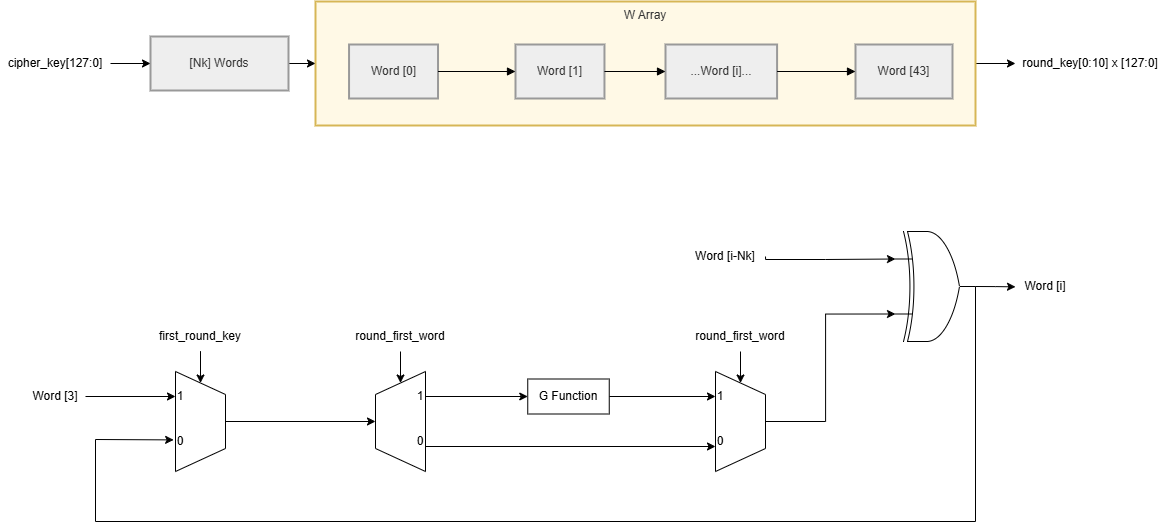
The draw.io diagram media/AESKeyExpansionLowDes.png in LQLManZz/AES128-Verilog, before a commit. Source tidied: cells renumbered, new cells last; positions are measured from the earlier drawing's top-left corner, leaving out a move shared by most shapes. Source of this version:
```xml
<mxGraphModel>
  <root>
    <mxCell id="0" />
    <mxCell id="1" parent="0" />
    <mxCell id="2" style="edgeStyle=orthogonalEdgeStyle;rounded=0;jettySize=auto;html=1;exitX=1;exitY=0.5;exitDx=0;exitDy=0;entryX=0;entryY=0.5;entryDx=0;entryDy=0;" parent="1" edge="1" source="3" target="44">
      <mxGeometry relative="1" as="geometry" />
    </mxCell>
    <mxCell id="3" value="W Array" style="whiteSpace=wrap;strokeWidth=2;verticalAlign=top;fillColor=#fff9e6;strokeColor=#d6b656;fontColor=light-dark(#333333,#cccccc);" parent="1" vertex="1">
      <mxGeometry x="315" width="660" height="124" as="geometry" />
    </mxCell>
    <mxCell id="4" value="Word [0]" style="whiteSpace=wrap;strokeWidth=2;fillColor=light-dark(#eeeeee,#1f2020);strokeColor=light-dark(#999999,#cccccc);fontColor=light-dark(#333333,#cccccc);" parent="3" vertex="1">
      <mxGeometry x="33.5" y="43" width="89" height="54" as="geometry" />
    </mxCell>
    <mxCell id="5" value="Word [1]" style="whiteSpace=wrap;strokeWidth=2;fillColor=light-dark(#eeeeee,#1f2020);strokeColor=light-dark(#999999,#cccccc);fontColor=light-dark(#333333,#cccccc);" parent="3" vertex="1">
      <mxGeometry x="200" y="43" width="89" height="54" as="geometry" />
    </mxCell>
    <mxCell id="6" value="...Word [i]..." style="whiteSpace=wrap;strokeWidth=2;fillColor=light-dark(#eeeeee,#1f2020);strokeColor=light-dark(#999999,#cccccc);fontColor=light-dark(#333333,#cccccc);" parent="3" vertex="1">
      <mxGeometry x="350" y="43" width="111.6" height="54" as="geometry" />
    </mxCell>
    <mxCell id="7" value="Word [43]" style="whiteSpace=wrap;strokeWidth=2;fillColor=light-dark(#eeeeee,#1f2020);strokeColor=light-dark(#999999,#cccccc);fontColor=light-dark(#333333,#cccccc);" parent="3" vertex="1">
      <mxGeometry x="540" y="43" width="97" height="54" as="geometry" />
    </mxCell>
    <mxCell id="8" style="curved=1;startArrow=none;endArrow=block;exitX=0.99;exitY=0.5;entryX=0;entryY=0.5;rounded=0;" parent="3" edge="1" source="4" target="5">
      <mxGeometry relative="1" as="geometry" />
    </mxCell>
    <mxCell id="9" style="curved=1;startArrow=none;endArrow=block;exitX=1;exitY=0.5;entryX=0;entryY=0.5;rounded=0;" parent="3" edge="1" source="5" target="6">
      <mxGeometry relative="1" as="geometry" />
    </mxCell>
    <mxCell id="10" style="curved=1;startArrow=none;endArrow=block;exitX=1;exitY=0.5;entryX=0;entryY=0.5;rounded=0;" parent="3" edge="1" source="6" target="7">
      <mxGeometry relative="1" as="geometry" />
    </mxCell>
    <mxCell id="11" style="edgeStyle=orthogonalEdgeStyle;rounded=0;jettySize=auto;html=1;exitX=1;exitY=0.5;exitDx=0;exitDy=0;entryX=0;entryY=0.5;entryDx=0;entryDy=0;" parent="1" edge="1" source="12" target="3">
      <mxGeometry relative="1" as="geometry" />
    </mxCell>
    <mxCell id="12" value="[Nk] Words" style="whiteSpace=wrap;strokeWidth=2;fillColor=light-dark(#eeeeee,#1f2020);strokeColor=light-dark(#999999,#cccccc);fontColor=light-dark(#333333,#cccccc);" parent="1" vertex="1">
      <mxGeometry x="150" y="35" width="138" height="54" as="geometry" />
    </mxCell>
    <mxCell id="13" style="edgeStyle=orthogonalEdgeStyle;rounded=0;jettySize=auto;html=1;exitX=0.5;exitY=0;exitDx=0;exitDy=0;entryX=0.5;entryY=0;entryDx=0;entryDy=0;" parent="1" edge="1" source="14" target="17">
      <mxGeometry relative="1" as="geometry" />
    </mxCell>
    <mxCell id="14" style="verticalLabelPosition=middle;verticalAlign=middle;html=1;shape=trapezoid;perimeter=trapezoidPerimeter;whiteSpace=wrap;size=0.23;arcSize=10;flipV=1;labelPosition=center;align=center;legacyAnchorPoints=0;rotation=-90;" parent="1" vertex="1">
      <mxGeometry x="150" y="395" width="100" height="50" as="geometry" />
    </mxCell>
    <mxCell id="15" style="edgeStyle=orthogonalEdgeStyle;rounded=0;jettySize=auto;html=1;exitX=0.75;exitY=1;exitDx=0;exitDy=0;entryX=0;entryY=0.5;entryDx=0;entryDy=0;" parent="1" edge="1" source="17" target="21">
      <mxGeometry relative="1" as="geometry" />
    </mxCell>
    <mxCell id="16" style="edgeStyle=orthogonalEdgeStyle;rounded=0;jettySize=auto;html=1;exitX=0.25;exitY=1;exitDx=0;exitDy=0;entryX=0.25;entryY=1;entryDx=0;entryDy=0;" parent="1" edge="1" source="17" target="22">
      <mxGeometry relative="1" as="geometry" />
    </mxCell>
    <mxCell id="17" style="verticalLabelPosition=middle;verticalAlign=middle;html=1;shape=trapezoid;perimeter=trapezoidPerimeter;whiteSpace=wrap;size=0.23;arcSize=10;flipV=0;labelPosition=center;align=center;legacyAnchorPoints=0;rotation=-90;" parent="1" vertex="1">
      <mxGeometry x="350" y="395" width="100" height="50" as="geometry" />
    </mxCell>
    <mxCell id="18" style="edgeStyle=orthogonalEdgeStyle;rounded=0;jettySize=auto;html=1;exitX=1;exitY=0.5;exitDx=0;exitDy=0;entryX=0.75;entryY=1;entryDx=0;entryDy=0;" parent="1" edge="1" source="19" target="14">
      <mxGeometry relative="1" as="geometry" />
    </mxCell>
    <mxCell id="19" value="Word [3]" style="text;html=1;whiteSpace=wrap;strokeColor=none;fillColor=none;align=center;verticalAlign=middle;rounded=0;" parent="1" vertex="1">
      <mxGeometry x="25" y="380" width="60" height="30" as="geometry" />
    </mxCell>
    <mxCell id="20" style="edgeStyle=orthogonalEdgeStyle;rounded=0;jettySize=auto;html=1;exitX=1;exitY=0.5;exitDx=0;exitDy=0;entryX=0.75;entryY=1;entryDx=0;entryDy=0;" parent="1" edge="1" source="21" target="22">
      <mxGeometry relative="1" as="geometry" />
    </mxCell>
    <mxCell id="21" value="G Function" style="whiteSpace=wrap;html=1;" parent="1" vertex="1">
      <mxGeometry x="527.2" y="377.5" width="81.5" height="35" as="geometry" />
    </mxCell>
    <mxCell id="22" style="verticalLabelPosition=middle;verticalAlign=middle;html=1;shape=trapezoid;perimeter=trapezoidPerimeter;whiteSpace=wrap;size=0.23;arcSize=10;flipV=1;labelPosition=center;align=center;legacyAnchorPoints=0;rotation=-90;" parent="1" vertex="1">
      <mxGeometry x="690" y="395" width="100" height="50" as="geometry" />
    </mxCell>
    <mxCell id="23" style="edgeStyle=orthogonalEdgeStyle;rounded=0;jettySize=auto;html=1;exitX=1;exitY=0.5;exitDx=0;exitDy=0;exitPerimeter=0;" parent="1" edge="1" source="24">
      <mxGeometry relative="1" as="geometry">
        <mxPoint x="1015" y="285.3" as="targetPoint" />
      </mxGeometry>
    </mxCell>
    <mxCell id="24" style="verticalLabelPosition=bottom;shadow=0;dashed=0;align=center;html=1;verticalAlign=top;shape=mxgraph.electrical.logic_gates.logic_gate;operation=xor;" parent="1" vertex="1">
      <mxGeometry x="895" y="230" width="80" height="110" as="geometry" />
    </mxCell>
    <mxCell id="25" style="edgeStyle=orthogonalEdgeStyle;rounded=0;jettySize=auto;html=1;exitX=0.5;exitY=0;exitDx=0;exitDy=0;entryX=0;entryY=0.75;entryDx=0;entryDy=0;entryPerimeter=0;" parent="1" edge="1" source="22" target="24">
      <mxGeometry relative="1" as="geometry">
        <Array as="points">
          <mxPoint x="825" y="420" />
          <mxPoint x="825" y="312" />
        </Array>
      </mxGeometry>
    </mxCell>
    <mxCell id="26" value="Word [i]" style="text;html=1;whiteSpace=wrap;strokeColor=none;fillColor=none;align=center;verticalAlign=middle;rounded=0;" parent="1" vertex="1">
      <mxGeometry x="1015" y="270" width="60" height="30" as="geometry" />
    </mxCell>
    <mxCell id="27" style="endArrow=classic;html=1;rounded=0;entryX=0.316;entryY=1.037;entryDx=0;entryDy=0;entryPerimeter=0;exitX=1;exitY=0.5;exitDx=0;exitDy=0;exitPerimeter=0;" parent="1" edge="1" source="24" target="14">
      <mxGeometry relative="1" as="geometry">
        <Array as="points">
          <mxPoint x="975" y="520" />
          <mxPoint x="95" y="520" />
          <mxPoint x="95" y="438" />
        </Array>
      </mxGeometry>
    </mxCell>
    <mxCell id="28" value="Word [i-Nk]" style="text;html=1;whiteSpace=wrap;strokeColor=none;fillColor=none;align=center;verticalAlign=middle;rounded=0;" parent="1" vertex="1">
      <mxGeometry x="685" y="240" width="80" height="30" as="geometry" />
    </mxCell>
    <mxCell id="29" style="edgeStyle=orthogonalEdgeStyle;rounded=0;jettySize=auto;html=1;exitX=1;exitY=0.5;exitDx=0;exitDy=0;entryX=0;entryY=0.25;entryDx=0;entryDy=0;entryPerimeter=0;" parent="1" edge="1" source="28" target="24">
      <mxGeometry relative="1" as="geometry">
        <Array as="points">
          <mxPoint x="765" y="258" />
          <mxPoint x="825" y="258" />
        </Array>
      </mxGeometry>
    </mxCell>
    <mxCell id="30" style="edgeStyle=orthogonalEdgeStyle;rounded=0;jettySize=auto;html=1;exitX=0.5;exitY=1;exitDx=0;exitDy=0;" parent="1" edge="1" source="31" target="14">
      <mxGeometry relative="1" as="geometry" />
    </mxCell>
    <mxCell id="31" value="first_round_key" style="text;html=1;whiteSpace=wrap;strokeColor=none;fillColor=none;align=center;verticalAlign=middle;rounded=0;" parent="1" vertex="1">
      <mxGeometry x="170" y="320" width="60" height="30" as="geometry" />
    </mxCell>
    <mxCell id="32" value="1" style="text;html=1;whiteSpace=wrap;strokeColor=none;fillColor=none;align=center;verticalAlign=middle;rounded=0;" parent="1" vertex="1">
      <mxGeometry x="175" y="385" width="10" height="20" as="geometry" />
    </mxCell>
    <mxCell id="33" value="0" style="text;html=1;whiteSpace=wrap;strokeColor=none;fillColor=none;align=center;verticalAlign=middle;rounded=0;" parent="1" vertex="1">
      <mxGeometry x="175" y="430" width="10" height="20" as="geometry" />
    </mxCell>
    <mxCell id="34" style="edgeStyle=orthogonalEdgeStyle;rounded=0;jettySize=auto;html=1;exitX=0.5;exitY=1;exitDx=0;exitDy=0;entryX=1;entryY=0.5;entryDx=0;entryDy=0;" parent="1" edge="1" source="35" target="17">
      <mxGeometry relative="1" as="geometry" />
    </mxCell>
    <mxCell id="35" value="round_first_word" style="text;html=1;whiteSpace=wrap;strokeColor=none;fillColor=none;align=center;verticalAlign=middle;rounded=0;" parent="1" vertex="1">
      <mxGeometry x="370" y="320" width="60" height="30" as="geometry" />
    </mxCell>
    <mxCell id="36" value="1" style="text;html=1;whiteSpace=wrap;strokeColor=none;fillColor=none;align=center;verticalAlign=middle;rounded=0;" parent="1" vertex="1">
      <mxGeometry x="415" y="385" width="10" height="20" as="geometry" />
    </mxCell>
    <mxCell id="37" value="0" style="text;html=1;whiteSpace=wrap;strokeColor=none;fillColor=none;align=center;verticalAlign=middle;rounded=0;" parent="1" vertex="1">
      <mxGeometry x="415" y="430" width="10" height="20" as="geometry" />
    </mxCell>
    <mxCell id="38" style="edgeStyle=orthogonalEdgeStyle;rounded=0;jettySize=auto;html=1;exitX=0.5;exitY=1;exitDx=0;exitDy=0;entryX=1;entryY=0.5;entryDx=0;entryDy=0;" parent="1" edge="1" source="39" target="22">
      <mxGeometry relative="1" as="geometry" />
    </mxCell>
    <mxCell id="39" value="round_first_word" style="text;html=1;whiteSpace=wrap;strokeColor=none;fillColor=none;align=center;verticalAlign=middle;rounded=0;" parent="1" vertex="1">
      <mxGeometry x="710" y="320" width="60" height="30" as="geometry" />
    </mxCell>
    <mxCell id="40" value="1" style="text;html=1;whiteSpace=wrap;strokeColor=none;fillColor=none;align=center;verticalAlign=middle;rounded=0;" parent="1" vertex="1">
      <mxGeometry x="715" y="385" width="10" height="20" as="geometry" />
    </mxCell>
    <mxCell id="41" value="0" style="text;html=1;whiteSpace=wrap;strokeColor=none;fillColor=none;align=center;verticalAlign=middle;rounded=0;" parent="1" vertex="1">
      <mxGeometry x="715" y="430" width="10" height="20" as="geometry" />
    </mxCell>
    <mxCell id="42" style="edgeStyle=orthogonalEdgeStyle;rounded=0;jettySize=auto;html=1;exitX=1;exitY=0.5;exitDx=0;exitDy=0;entryX=0;entryY=0.5;entryDx=0;entryDy=0;" parent="1" edge="1" source="43" target="12">
      <mxGeometry relative="1" as="geometry" />
    </mxCell>
    <mxCell id="43" value="cipher_key[127:0]" style="text;html=1;whiteSpace=wrap;strokeColor=none;fillColor=none;align=center;verticalAlign=middle;rounded=0;" parent="1" vertex="1">
      <mxGeometry y="47" width="110" height="30" as="geometry" />
    </mxCell>
    <mxCell id="44" value="round_key[0:10] x [127:0]" style="text;html=1;whiteSpace=wrap;strokeColor=none;fillColor=none;align=center;verticalAlign=middle;rounded=0;" parent="1" vertex="1">
      <mxGeometry x="1015" y="47" width="150" height="30" as="geometry" />
    </mxCell>
  </root>
</mxGraphModel>
```
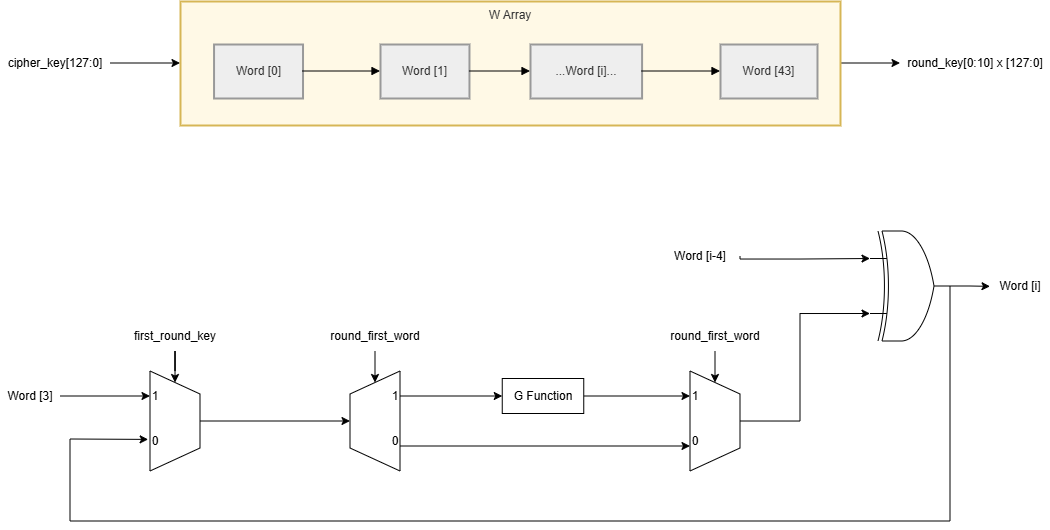
Above is the later version.

Diff of the diagram source:
```diff
@@ -6,7 +6,7 @@
       <mxGeometry relative="1" as="geometry" />
     </mxCell>
     <mxCell id="3" value="W Array" style="whiteSpace=wrap;strokeWidth=2;verticalAlign=top;fillColor=#fff9e6;strokeColor=#d6b656;fontColor=light-dark(#333333,#cccccc);" parent="1" vertex="1">
-      <mxGeometry x="315" width="660" height="124" as="geometry" />
+      <mxGeometry x="205" width="660" height="124" as="geometry" />
     </mxCell>
     <mxCell id="4" value="Word [0]" style="whiteSpace=wrap;strokeWidth=2;fillColor=light-dark(#eeeeee,#1f2020);strokeColor=light-dark(#999999,#cccccc);fontColor=light-dark(#333333,#cccccc);" parent="3" vertex="1">
       <mxGeometry x="33.5" y="43" width="89" height="54" as="geometry" />
@@ -29,12 +29,6 @@
     <mxCell id="10" style="curved=1;startArrow=none;endArrow=block;exitX=1;exitY=0.5;entryX=0;entryY=0.5;rounded=0;" parent="3" edge="1" source="6" target="7">
       <mxGeometry relative="1" as="geometry" />
     </mxCell>
-    <mxCell id="11" style="edgeStyle=orthogonalEdgeStyle;rounded=0;jettySize=auto;html=1;exitX=1;exitY=0.5;exitDx=0;exitDy=0;entryX=0;entryY=0.5;entryDx=0;entryDy=0;" parent="1" edge="1" source="12" target="3">
-      <mxGeometry relative="1" as="geometry" />
-    </mxCell>
-    <mxCell id="12" value="[Nk] Words" style="whiteSpace=wrap;strokeWidth=2;fillColor=light-dark(#eeeeee,#1f2020);strokeColor=light-dark(#999999,#cccccc);fontColor=light-dark(#333333,#cccccc);" parent="1" vertex="1">
-      <mxGeometry x="150" y="35" width="138" height="54" as="geometry" />
-    </mxCell>
     <mxCell id="13" style="edgeStyle=orthogonalEdgeStyle;rounded=0;jettySize=auto;html=1;exitX=0.5;exitY=0;exitDx=0;exitDy=0;entryX=0.5;entryY=0;entryDx=0;entryDy=0;" parent="1" edge="1" source="14" target="17">
       <mxGeometry relative="1" as="geometry" />
     </mxCell>
@@ -93,7 +87,7 @@
         </Array>
       </mxGeometry>
     </mxCell>
-    <mxCell id="28" value="Word [i-Nk]" style="text;html=1;whiteSpace=wrap;strokeColor=none;fillColor=none;align=center;verticalAlign=middle;rounded=0;" parent="1" vertex="1">
+    <mxCell id="28" value="Word [i-4]" style="text;html=1;whiteSpace=wrap;strokeColor=none;fillColor=none;align=center;verticalAlign=middle;rounded=0;" parent="1" vertex="1">
       <mxGeometry x="685" y="240" width="80" height="30" as="geometry" />
     </mxCell>
     <mxCell id="29" style="edgeStyle=orthogonalEdgeStyle;rounded=0;jettySize=auto;html=1;exitX=1;exitY=0.5;exitDx=0;exitDy=0;entryX=0;entryY=0.25;entryDx=0;entryDy=0;entryPerimeter=0;" parent="1" edge="1" source="28" target="24">
@@ -140,14 +134,14 @@
     <mxCell id="41" value="0" style="text;html=1;whiteSpace=wrap;strokeColor=none;fillColor=none;align=center;verticalAlign=middle;rounded=0;" parent="1" vertex="1">
       <mxGeometry x="715" y="430" width="10" height="20" as="geometry" />
     </mxCell>
-    <mxCell id="42" style="edgeStyle=orthogonalEdgeStyle;rounded=0;jettySize=auto;html=1;exitX=1;exitY=0.5;exitDx=0;exitDy=0;entryX=0;entryY=0.5;entryDx=0;entryDy=0;" parent="1" edge="1" source="43" target="12">
-      <mxGeometry relative="1" as="geometry" />
-    </mxCell>
+    <mxCell id="45" style="edgeStyle=orthogonalEdgeStyle;rounded=0;jettySize=auto;html=1;exitX=1;exitY=0.5;exitDx=0;exitDy=0;entryX=0;entryY=0.5;entryDx=0;entryDy=0;" parent="1" edge="1" source="43" target="3">
+      <mxGeometry relative="1" as="geometry" />
+    </mxCell>
     <mxCell id="43" value="cipher_key[127:0]" style="text;html=1;whiteSpace=wrap;strokeColor=none;fillColor=none;align=center;verticalAlign=middle;rounded=0;" parent="1" vertex="1">
-      <mxGeometry y="47" width="110" height="30" as="geometry" />
+      <mxGeometry x="25" y="47" width="110" height="30" as="geometry" />
     </mxCell>
     <mxCell id="44" value="round_key[0:10] x [127:0]" style="text;html=1;whiteSpace=wrap;strokeColor=none;fillColor=none;align=center;verticalAlign=middle;rounded=0;" parent="1" vertex="1">
-      <mxGeometry x="1015" y="47" width="150" height="30" as="geometry" />
+      <mxGeometry x="925" y="47" width="150" height="30" as="geometry" />
     </mxCell>
   </root>
 </mxGraphModel>
```
